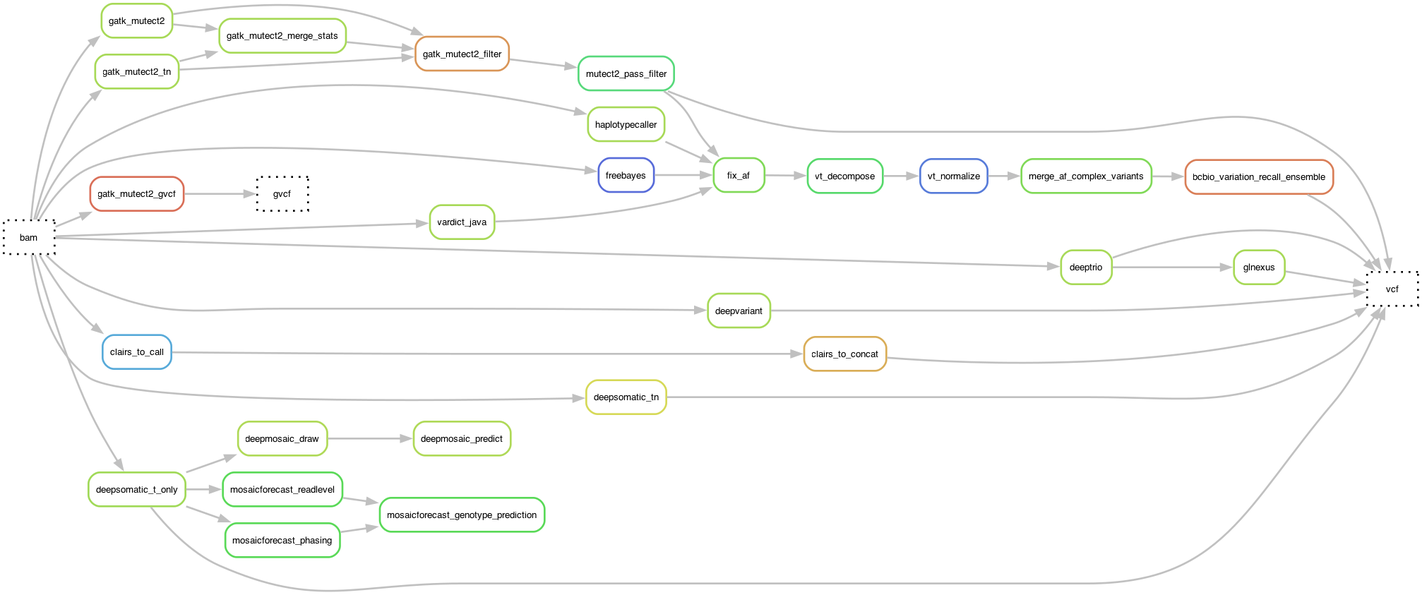
The Graphviz diagram docs/images/snv_indels_SR.png in Bart-Edelbroek/snv_indels, before a commit. Its source is kept beside it as docs/images/snv_indels_SR.dot. Its diagram source:
```dot
digraph snakemake_dag {
	rankdir="LR"
    graph[bgcolor=white, margin=0];
    node[shape=box, style=rounded, fontname="sans",                 fontsize=10, penwidth=2];
    edge[penwidth=2, color=grey];
	0[label = "vcf", color = "0.0 0.0 0.0", style="dotted"];
	1[label = "bcbio_variation_recall_ensemble", color = "0.05 0.6 0.85", style="rounded"];
	2[label = "merge_af_complex_variants", color = "0.28 0.6 0.85", style="rounded"];
	3[label = "vt_normalize", color = "0.62 0.6 0.85", style="rounded"];
	4[label = "vt_decompose", color = "0.36 0.6 0.85", style="rounded"];
	6[label = "fix_af", color = "0.28 0.6 0.85", style="rounded"];
	8[label = "vardict_java", color = "0.23 0.6 0.85", style="rounded"];
	11[label = "mutect2_pass_filter", color = "0.38 0.6 0.85", style="rounded"];
	12[label = "gatk_mutect2_filter", color = "0.08 0.6 0.85", style="rounded"];
	13[label = "gatk_mutect2", color = "0.23 0.6 0.85", style="rounded"];
    22[label = "gatk_mutect2_tn", color = "0.23 0.6 0.85", style="rounded"];
	24[label = "gatk_mutect2_merge_stats", color = "0.23 0.6 0.85", style="rounded"];
	15[label = "freebayes", color = "0.64 0.6 0.85", style="rounded"];
	16[label = "gatk_mutect2_gvcf", color = "0.03 0.6 0.85", style="rounded"];
	17[label = "haplotypecaller", color = "0.23 0.6 0.85", style="rounded"];
	18[label = "deeptrio", color = "0.23 0.6 0.85", style="rounded"];
	19[label = "deepvariant", color = "0.23 0.6 0.85", style="rounded"];
	21[label = "glnexus", color = "0.23 0.6 0.85", style="rounded"];
	20[label = "bam", color = "0.0 0.0 0.0", style="dotted"];
	23[label="gvcf", color = "0.0 0.0 0.0", style="dotted"];

	35[label = "clairs_to_concat", color = "0.11 0.6 0.85", style="rounded"];
	36[label = "clairs_to_call", color = "0.56 0.6 0.85", style="rounded"];

	51[label = "deepsomatic_tn", color = "0.17 0.6 0.85", style="rounded"];
	52[label = "deepsomatic_t_only", color = "0.24 0.6 0.85", style="rounded"];

	61[label = "deepmosaic_draw", color = "0.22 0.6 0.85", style="rounded"];
	62[label = "deepmosaic_predict", color = "0.22 0.6 0.85", style="rounded"];
	65[label = "mosaicforecast_genotype_prediction", color = "0.33 0.6 0.85", style="rounded"];
	66[label = "mosaicforecast_phasing", color = "0.33 0.6 0.85", style="rounded"];
	67[label = "mosaicforecast_readlevel", color = "0.33 0.6 0.85", style="rounded"];

	20 -> 8
	20 -> 13
	20 -> 15
    20 -> 22
	22 -> 12
	22 -> 24
	13 -> 24
	24 -> 12
	11 -> 0
	20 -> 16
	20 -> 17
	20 -> 18
	20 -> 19
	1 -> 0
	2 -> 1
	4 -> 3
	3 -> 2
	11 -> 6
	12 -> 11
	13 -> 12
	6 -> 4
	18 -> 0
	19 -> 0
	21 -> 0
	8 -> 6
	15 -> 6
	17 -> 6
	16 -> 23
	18 -> 21

	35 -> 0
	36 -> 35
	20 -> 36

	51 -> 0
	52 -> 0
	20 -> 51

	61 -> 62
	20 -> 52
	52 -> 61
	52 -> 67
	52 -> 66
	67 -> 65
	66 -> 65
}
```
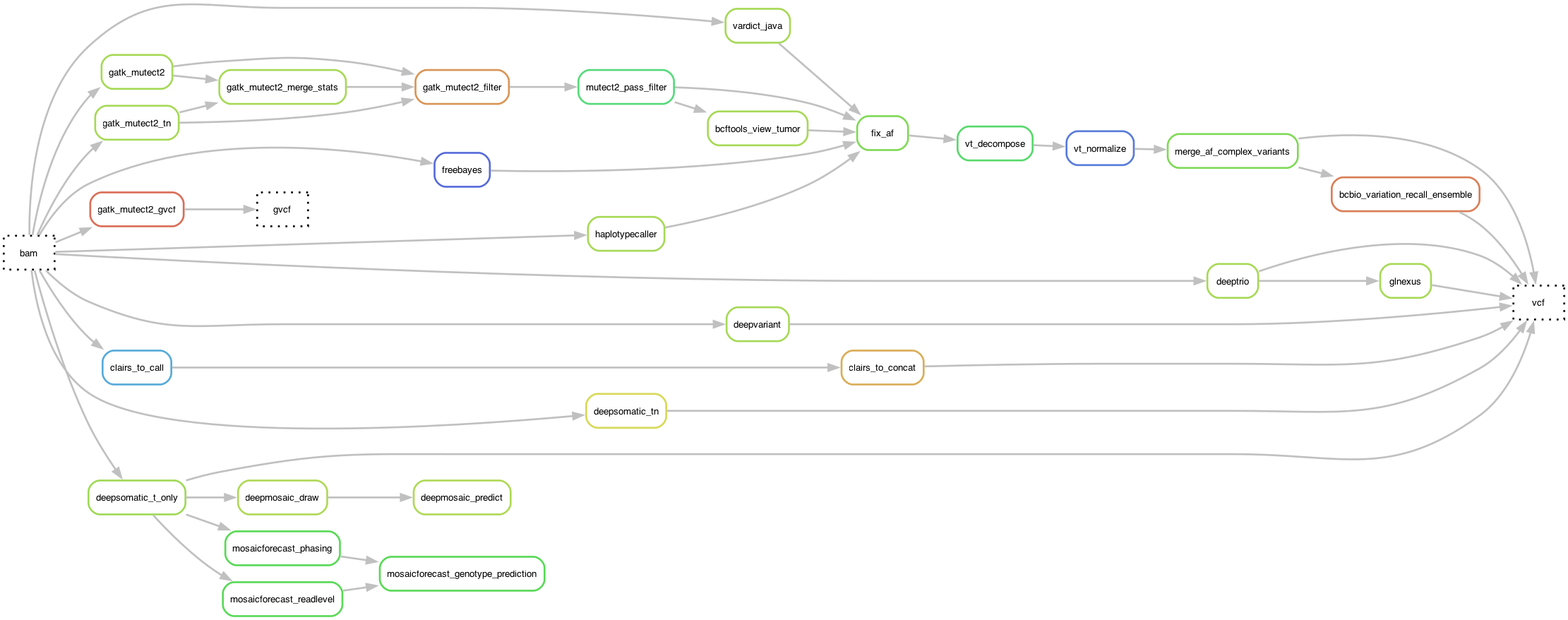
Later version of the same file.

Change to the diagram source:
```diff
@@ -15,6 +15,7 @@
 	13[label = "gatk_mutect2", color = "0.23 0.6 0.85", style="rounded"];
     22[label = "gatk_mutect2_tn", color = "0.23 0.6 0.85", style="rounded"];
 	24[label = "gatk_mutect2_merge_stats", color = "0.23 0.6 0.85", style="rounded"];
+	25[label = "bcftools_view_tumor", color = "0.23 0.6 0.85", style="rounded"];
 	15[label = "freebayes", color = "0.64 0.6 0.85", style="rounded"];
 	16[label = "gatk_mutect2_gvcf", color = "0.03 0.6 0.85", style="rounded"];
 	17[label = "haplotypecaller", color = "0.23 0.6 0.85", style="rounded"];
@@ -44,16 +45,18 @@
 	22 -> 24
 	13 -> 24
 	24 -> 12
-	11 -> 0
 	20 -> 16
 	20 -> 17
 	20 -> 18
 	20 -> 19
 	1 -> 0
 	2 -> 1
+	2 -> 0
 	4 -> 3
 	3 -> 2
 	11 -> 6
+	11 -> 25
+	25 -> 6
 	12 -> 11
 	13 -> 12
 	6 -> 4
```
